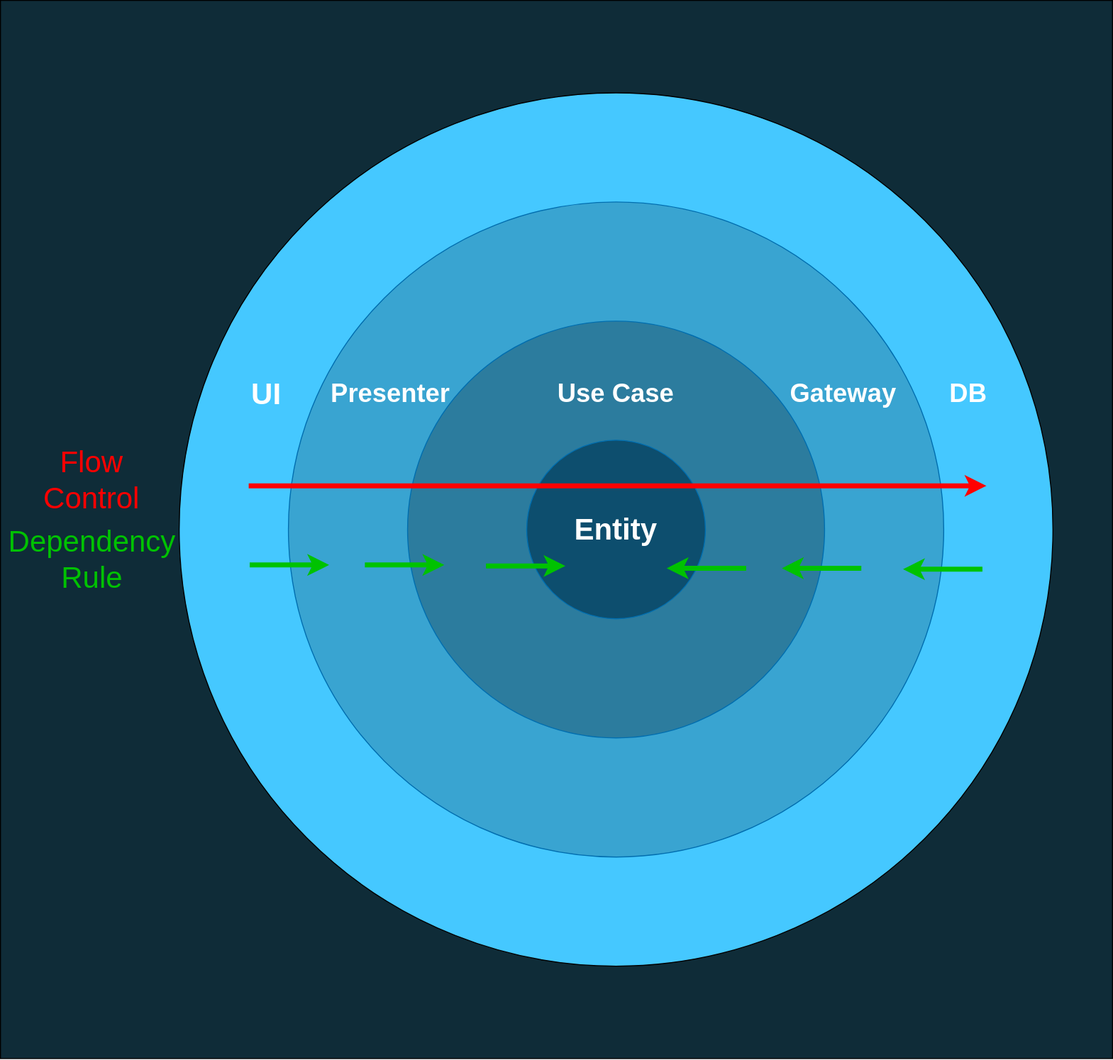
This is diagrams/images/caFlowControlDependencyRule.svg from AlexanderLapygin/dependency-inversion-slides, a draw.io export, as it was before one commit. Source tidied: cells renumbered, new cells last; positions are measured from the earlier drawing's top-left corner, leaving out a move shared by most shapes.
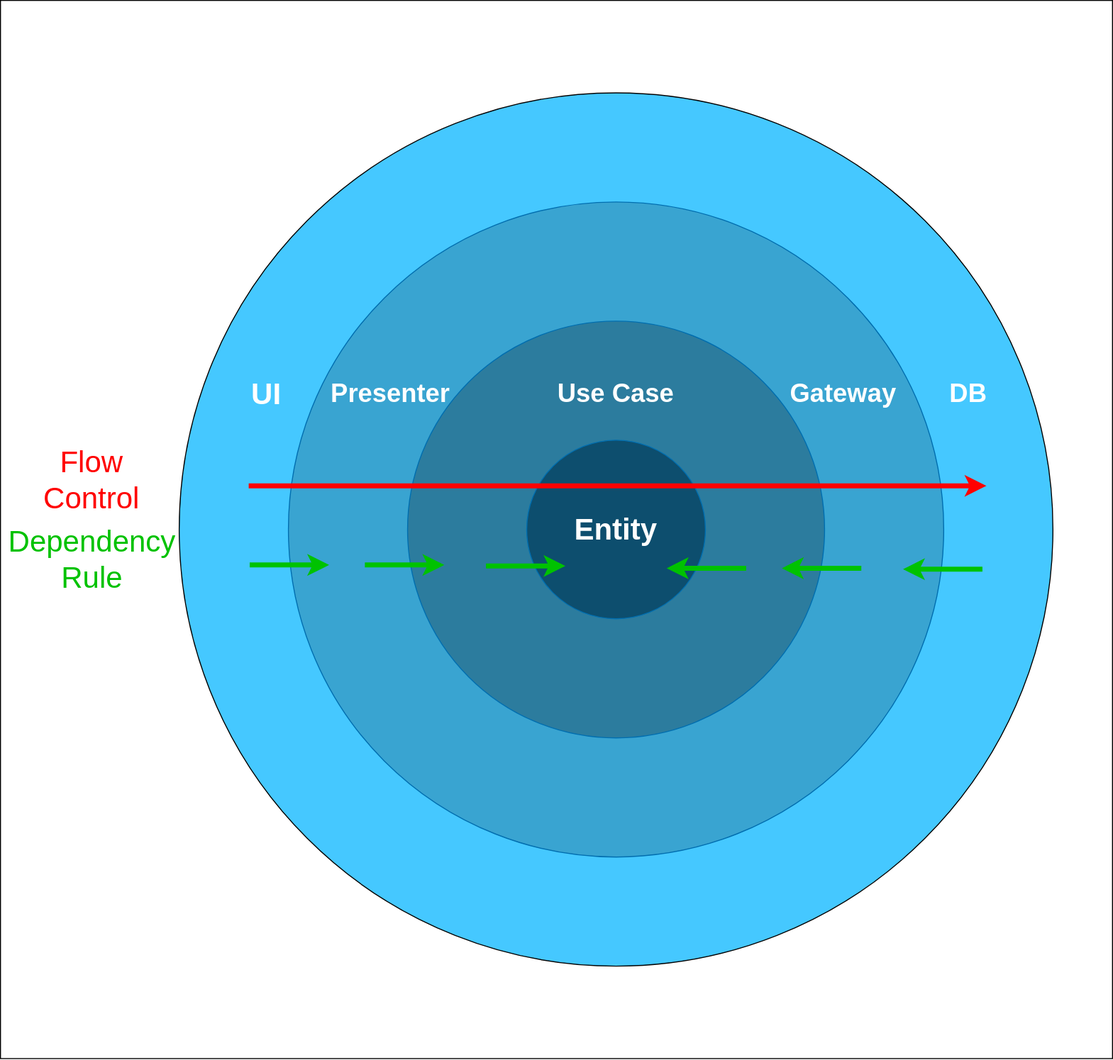
Later version of the same file.

Change to the diagram source:
```diff
@@ -2,7 +2,7 @@
   <root>
     <mxCell id="0" />
     <mxCell id="1" parent="0" />
-    <mxCell id="2" style="rounded=0;whiteSpace=wrap;html=1;fillColor=#0F2C38;fontSize=30;fontColor=#FFFFFF;" parent="1" vertex="1">
+    <mxCell id="2" style="rounded=0;whiteSpace=wrap;html=1;fillColor=none;fontSize=30;fontColor=#FFFFFF;" parent="1" vertex="1">
       <mxGeometry y="-0.1" width="1120" height="1066.2" as="geometry" />
     </mxCell>
     <mxCell id="3" style="ellipse;whiteSpace=wrap;html=1;fillColor=#45C8FF;fontSize=30;labelPosition=center;verticalLabelPosition=top;align=center;verticalAlign=bottom;" parent="1" vertex="1">
```
